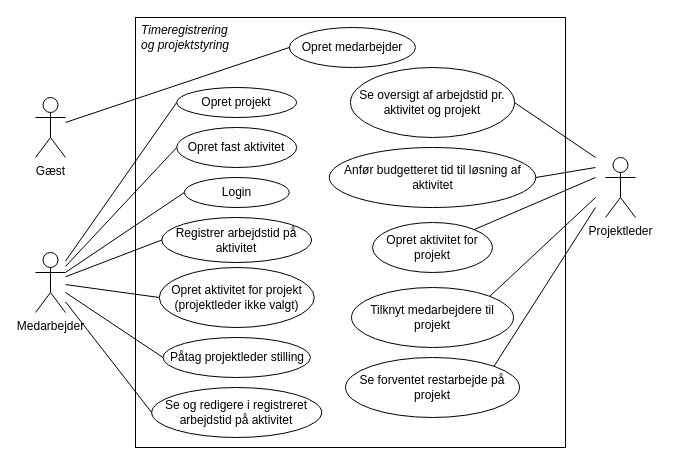
Above: RequirementsAndDesign/Diagrams/Timeregistrering og projektstyring.drawio in rwiuff/02161ExamProject (draw.io), before the change. Source tidied: cells renumbered, new cells numbered last; positions are measured from the earlier drawing's top-left corner, leaving out a move shared by most shapes. Both pictures are drawn from the tidied source at 100%, with x=0, y=0 at pixel (35, 17).
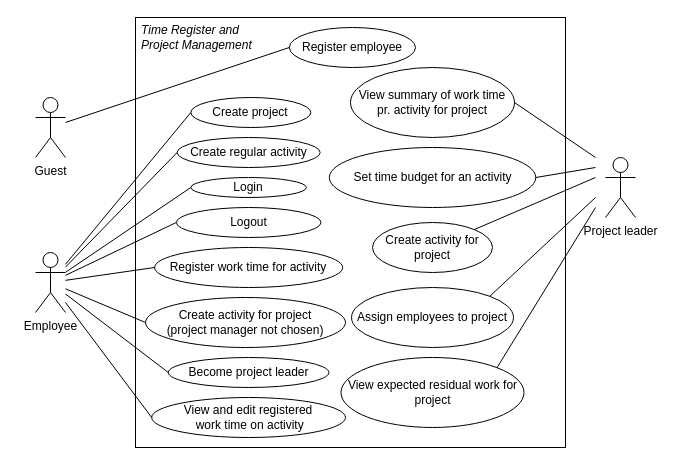
After the change.

What changed in the source:
```diff
@@
-    <mxCell id="2" value="Projektleder" style="shape=umlActor;verticalLabelPosition=bottom;verticalAlign=top;html=1;" parent="1" vertex="1">
+    <mxCell id="2" value="Project leader" style="shape=umlActor;verticalLabelPosition=bottom;verticalAlign=top;html=1;" parent="1" vertex="1">
       <mxGeometry x="570" y="140" width="30" height="60" as="geometry" />
     </mxCell>
-    <mxCell id="3" value="Gæst" style="shape=umlActor;verticalLabelPosition=bottom;verticalAlign=top;html=1;outlineConnect=0;" parent="1" vertex="1">
+    <mxCell id="3" value="Guest" style="shape=umlActor;verticalLabelPosition=bottom;verticalAlign=top;html=1;outlineConnect=0;" parent="1" vertex="1">
       <mxGeometry y="80" width="30" height="60" as="geometry" />
     </mxCell>
-    <mxCell id="4" value="Medarbejder" style="shape=umlActor;verticalLabelPosition=bottom;verticalAlign=top;html=1;outlineConnect=0;" parent="1" vertex="1">
+    <mxCell id="4" value="Employee" style="shape=umlActor;verticalLabelPosition=bottom;verticalAlign=top;html=1;outlineConnect=0;" parent="1" vertex="1">
       <mxGeometry y="235" width="30" height="60" as="geometry" />
     </mxCell>
@@
-    <mxCell id="6" value="&lt;i&gt;Timeregistrering og projektstyring&lt;/i&gt;" style="text;strokeColor=none;fillColor=none;align=left;verticalAlign=middle;spacingLeft=4;spacingRight=4;overflow=hidden;whiteSpace=wrap;html=1;" parent="1" vertex="1">
-      <mxGeometry x="100" width="110" height="40" as="geometry" />
+    <mxCell id="6" value="&lt;i&gt;Time Register and Project Management&lt;/i&gt;" style="text;strokeColor=none;fillColor=none;align=left;verticalAlign=middle;spacingLeft=4;spacingRight=4;overflow=hidden;whiteSpace=wrap;html=1;" parent="1" vertex="1">
+      <mxGeometry x="100" width="130" height="40" as="geometry" />
     </mxCell>
-    <mxCell id="7" value="Opret medarbejder" style="ellipse;whiteSpace=wrap;html=1;" parent="1" vertex="1">
+    <mxCell id="7" value="Register employee" style="ellipse;whiteSpace=wrap;html=1;" parent="1" vertex="1">
       <mxGeometry x="253.8" y="10" width="126.2" height="40" as="geometry" />
     </mxCell>
@@
-    <mxCell id="9" value="Opret aktivitet for projekt" style="ellipse;whiteSpace=wrap;html=1;" parent="1" vertex="1">
+    <mxCell id="9" value="Create activity for project" style="ellipse;whiteSpace=wrap;html=1;" parent="1" vertex="1">
       <mxGeometry x="337" y="205" width="120" height="50" as="geometry" />
     </mxCell>
-    <mxCell id="10" value="Registrer arbejdstid på aktivitet" style="ellipse;whiteSpace=wrap;html=1;" parent="1" vertex="1">
-      <mxGeometry x="126.2" y="200" width="150" height="45" as="geometry" />
+    <mxCell id="10" value="Register work time for activity" style="ellipse;whiteSpace=wrap;html=1;" parent="1" vertex="1">
+      <mxGeometry x="119.1" y="230" width="188.1" height="40" as="geometry" />
     </mxCell>
-    <mxCell id="11" value="Se og redigere i registreret arbejdstid på aktivitet" style="ellipse;whiteSpace=wrap;html=1;" parent="1" vertex="1">
-      <mxGeometry x="116.2" y="370" width="170" height="50" as="geometry" />
+    <mxCell id="11" value="View and edit registered&lt;br&gt;&amp;nbsp;work time on activity" style="ellipse;whiteSpace=wrap;html=1;" parent="1" vertex="1">
+      <mxGeometry x="116.2" y="380" width="193.8" height="40" as="geometry" />
     </mxCell>
-    <mxCell id="12" value="Tilknyt medarbejdere til projekt" style="ellipse;whiteSpace=wrap;html=1;" parent="1" vertex="1">
+    <mxCell id="12" value="Assign employees to project" style="ellipse;whiteSpace=wrap;html=1;" parent="1" vertex="1">
       <mxGeometry x="316" y="270" width="162" height="60" as="geometry" />
     </mxCell>
-    <mxCell id="13" value="Anfør budgetteret tid til løsning af aktivitet" style="ellipse;whiteSpace=wrap;html=1;" parent="1" vertex="1">
+    <mxCell id="13" value="Set time budget for an activity" style="ellipse;whiteSpace=wrap;html=1;" parent="1" vertex="1">
       <mxGeometry x="293.8" y="130" width="206.5" height="60" as="geometry" />
     </mxCell>
-    <mxCell id="14" value="Se oversigt af arbejdstid pr. aktivitet og projekt" style="ellipse;whiteSpace=wrap;html=1;" parent="1" vertex="1">
+    <mxCell id="14" value="View summary of work time pr. activity for project" style="ellipse;whiteSpace=wrap;html=1;" parent="1" vertex="1">
       <mxGeometry x="315" y="50" width="164" height="70" as="geometry" />
     </mxCell>
-    <mxCell id="15" value="Se forventet restarbejde på projekt" style="ellipse;whiteSpace=wrap;html=1;" parent="1" vertex="1">
-      <mxGeometry x="310" y="340" width="174" height="60" as="geometry" />
+    <mxCell id="15" value="View expected residual work for project" style="ellipse;whiteSpace=wrap;html=1;" parent="1" vertex="1">
+      <mxGeometry x="305.5" y="340" width="183" height="70" as="geometry" />
     </mxCell>
@@
-    <mxCell id="24" value="Påtag projektleder stilling" style="ellipse;whiteSpace=wrap;html=1;" parent="1" vertex="1">
-      <mxGeometry x="127.5" y="320" width="147.5" height="40" as="geometry" />
+    <mxCell id="24" value="Become project leader" style="ellipse;whiteSpace=wrap;html=1;" parent="1" vertex="1">
+      <mxGeometry x="132.8" y="340" width="160.6" height="30" as="geometry" />
     </mxCell>
@@
-    <mxCell id="26" value="Opret aktivitet for projekt (projektleder ikke valgt)" style="ellipse;whiteSpace=wrap;html=1;" parent="1" vertex="1">
-      <mxGeometry x="123.8" y="250" width="155" height="60" as="geometry" />
+    <mxCell id="26" value="Create activity for project &lt;br&gt;(project manager not chosen)" style="ellipse;whiteSpace=wrap;html=1;" parent="1" vertex="1">
+      <mxGeometry x="110" y="280" width="200" height="50" as="geometry" />
     </mxCell>
     <mxCell id="27" value="Login" style="ellipse;whiteSpace=wrap;html=1;" parent="1" vertex="1">
-      <mxGeometry x="148.8" y="160" width="105" height="30" as="geometry" />
+      <mxGeometry x="155.3" y="160" width="115.6" height="20" as="geometry" />
     </mxCell>
@@
-    <mxCell id="29" value="Opret fast aktivitet" style="ellipse;whiteSpace=wrap;html=1;" parent="1" vertex="1">
-      <mxGeometry x="141.2" y="110" width="120" height="40" as="geometry" />
+    <mxCell id="29" value="Create regular activity" style="ellipse;whiteSpace=wrap;html=1;" parent="1" vertex="1">
+      <mxGeometry x="141.6" y="120" width="143.1" height="30" as="geometry" />
     </mxCell>
-    <mxCell id="30" value="Opret projekt" style="ellipse;whiteSpace=wrap;html=1;" parent="1" vertex="1">
-      <mxGeometry x="141.2" y="70" width="120" height="30" as="geometry" />
+    <mxCell id="30" value="Create project" style="ellipse;whiteSpace=wrap;html=1;" parent="1" vertex="1">
+      <mxGeometry x="155.3" y="80" width="120" height="30" as="geometry" />
     </mxCell>
@@
+    <mxCell id="33" value="Logout" style="ellipse;whiteSpace=wrap;html=1;" parent="1" vertex="1">
+      <mxGeometry x="140.8" y="190" width="144.7" height="30" as="geometry" />
+    </mxCell>
+    <mxCell id="34" style="endArrow=none;html=1;rounded=0;entryX=0;entryY=0.5;entryDx=0;entryDy=0;" parent="1" edge="1" source="4" target="33">
+      <mxGeometry relative="1" as="geometry" />
+    </mxCell>
```
